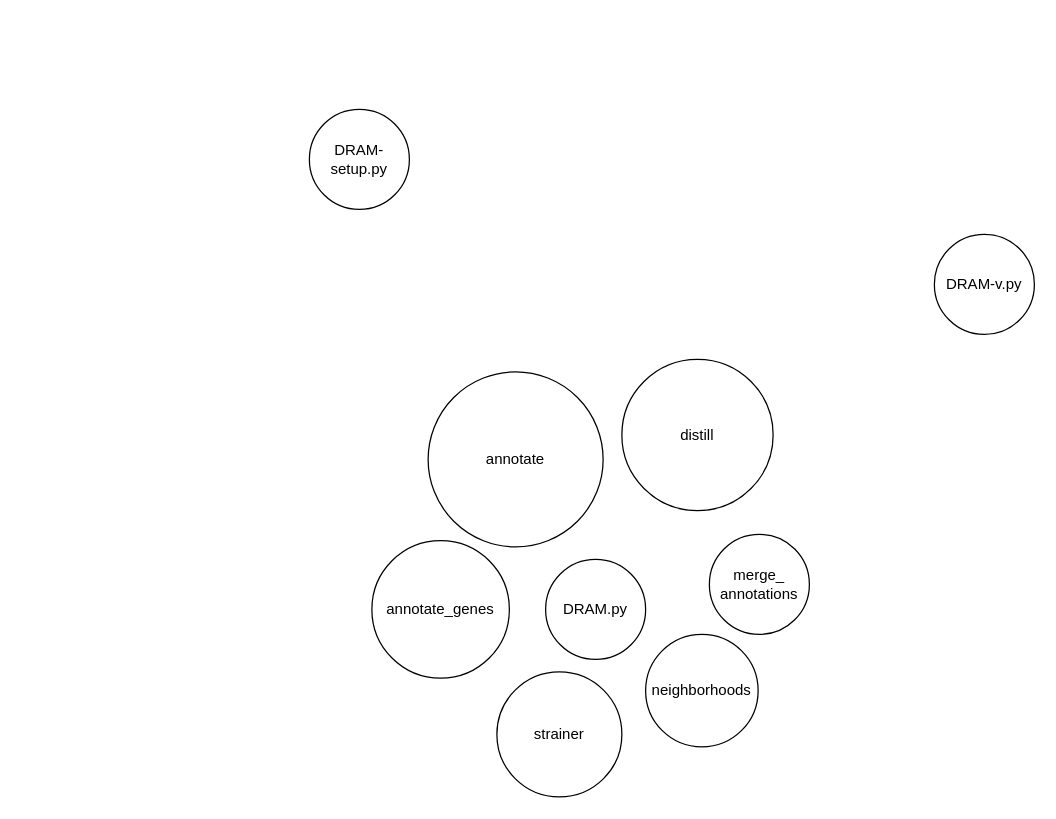
This is DRAM comand map.drawio from rmFlynn/Wrighton_diagrams, a draw.io file, before an edit. Source tidied: cells renumbered, new cells numbered last; positions are measured from the earlier drawing's top-left corner, leaving out a move shared by most shapes. Both pictures are drawn from the tidied source at 125%, with x=0, y=0 at pixel (309, 109).
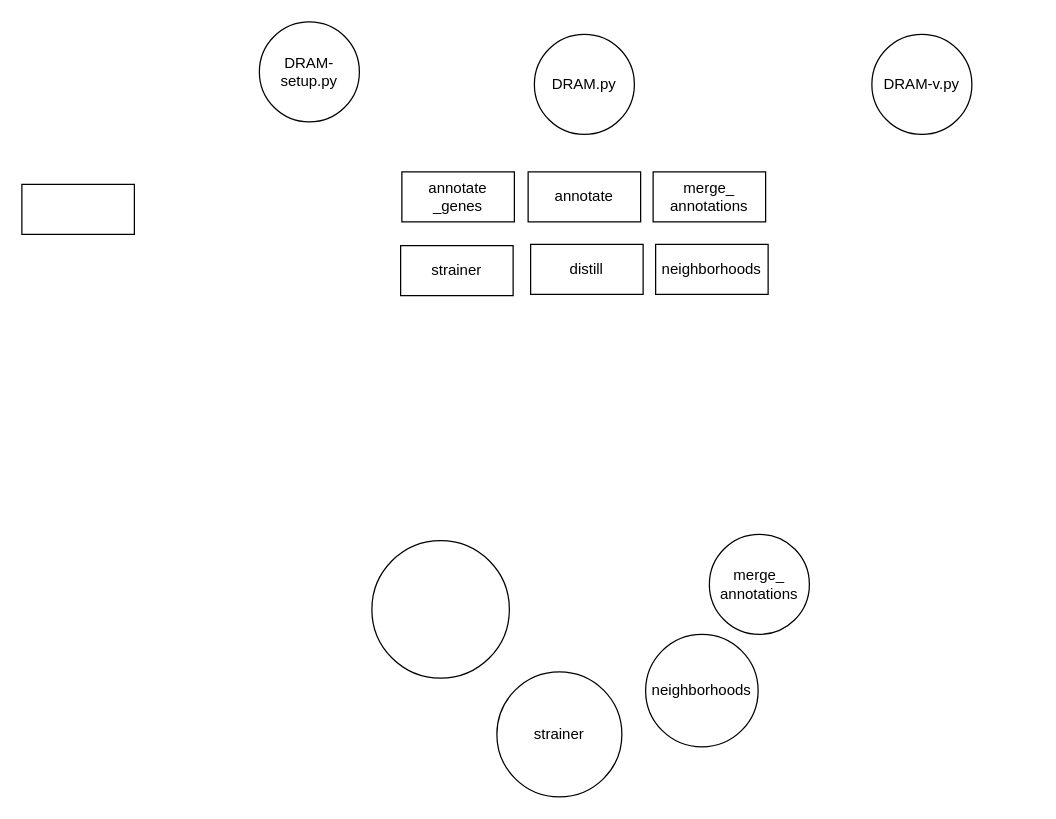
The same diagram, later.

What changed in the source:
```diff
@@
 <mxGraphModel>
   <root>
     <mxCell id="0" />
     <mxCell id="1" parent="0" />
     <mxCell id="2" value="DRAM.py" style="ellipse;whiteSpace=wrap;html=1;" parent="1" vertex="1">
-      <mxGeometry x="189" y="360" width="80" height="80" as="geometry" />
+      <mxGeometry x="180" y="-60" width="80" height="80" as="geometry" />
     </mxCell>
-    <mxCell id="3" value="annotate" style="ellipse;whiteSpace=wrap;html=1;" parent="1" vertex="1">
-      <mxGeometry x="95" y="210" width="140" height="140" as="geometry" />
-    </mxCell>
-    <mxCell id="4" value="annotate_genes" style="ellipse;whiteSpace=wrap;html=1;" parent="1" vertex="1">
+    <mxCell id="4" style="ellipse;whiteSpace=wrap;html=1;" parent="1" vertex="1">
       <mxGeometry x="50" y="345" width="110" height="110" as="geometry" />
     </mxCell>
     <mxCell id="5" value="&lt;div&gt;merge_&lt;/div&gt;&lt;div&gt;annotations&lt;/div&gt;" style="ellipse;whiteSpace=wrap;html=1;" parent="1" vertex="1">
       <mxGeometry x="320" y="340" width="80" height="80" as="geometry" />
     </mxCell>
     <mxCell id="6" value="neighborhoods" style="ellipse;whiteSpace=wrap;html=1;" parent="1" vertex="1">
       <mxGeometry x="269" y="420" width="90" height="90" as="geometry" />
     </mxCell>
     <mxCell id="7" value="strainer" style="ellipse;whiteSpace=wrap;html=1;" parent="1" vertex="1">
       <mxGeometry x="150" y="450" width="100" height="100" as="geometry" />
     </mxCell>
-    <mxCell id="8" value="distill" style="ellipse;whiteSpace=wrap;html=1;" parent="1" vertex="1">
-      <mxGeometry x="250" y="200" width="121" height="121" as="geometry" />
-    </mxCell>
     <mxCell id="9" value="DRAM-v.py" style="ellipse;whiteSpace=wrap;html=1;" parent="1" vertex="1">
-      <mxGeometry x="500" y="100" width="80" height="80" as="geometry" />
+      <mxGeometry x="450" y="-60" width="80" height="80" as="geometry" />
     </mxCell>
     <mxCell id="10" value="&lt;div&gt;DRAM-&lt;/div&gt;&lt;div&gt;setup.py&lt;/div&gt;" style="ellipse;whiteSpace=wrap;html=1;" parent="1" vertex="1">
-      <mxGeometry width="80" height="80" as="geometry" />
+      <mxGeometry x="-40" y="-70" width="80" height="80" as="geometry" />
     </mxCell>
+    <mxCell id="3" value="annotate" style="rounded=0;whiteSpace=wrap;html=1;" parent="1" vertex="1">
+      <mxGeometry x="175" y="50" width="90" height="40" as="geometry" />
+    </mxCell>
+    <mxCell id="8" value="distill" style="rounded=0;whiteSpace=wrap;html=1;" parent="1" vertex="1">
+      <mxGeometry x="177" y="108" width="90" height="40" as="geometry" />
+    </mxCell>
+    <mxCell id="11" value="&lt;div&gt;annotate&lt;/div&gt;&lt;div&gt;_genes&lt;/div&gt;" style="rounded=0;whiteSpace=wrap;html=1;" parent="1" vertex="1">
+      <mxGeometry x="74" y="50" width="90" height="40" as="geometry" />
+    </mxCell>
+    <mxCell id="12" value="strainer" style="rounded=0;whiteSpace=wrap;html=1;" parent="1" vertex="1">
+      <mxGeometry x="73" y="109" width="90" height="40" as="geometry" />
+    </mxCell>
+    <mxCell id="13" value="neighborhoods" style="rounded=0;whiteSpace=wrap;html=1;" parent="1" vertex="1">
+      <mxGeometry x="277" y="108" width="90" height="40" as="geometry" />
+    </mxCell>
+    <mxCell id="14" value="&lt;div&gt;merge_&lt;/div&gt;&lt;div&gt;annotations&lt;/div&gt;" style="rounded=0;whiteSpace=wrap;html=1;" parent="1" vertex="1">
+      <mxGeometry x="275" y="50" width="90" height="40" as="geometry" />
+    </mxCell>
+    <mxCell id="15" value="&lt;div&gt;&lt;br&gt;&lt;/div&gt;" style="rounded=0;whiteSpace=wrap;html=1;" parent="1" vertex="1">
+      <mxGeometry x="-230" y="60" width="90" height="40" as="geometry" />
+    </mxCell>
   </root>
 </mxGraphModel>
```
